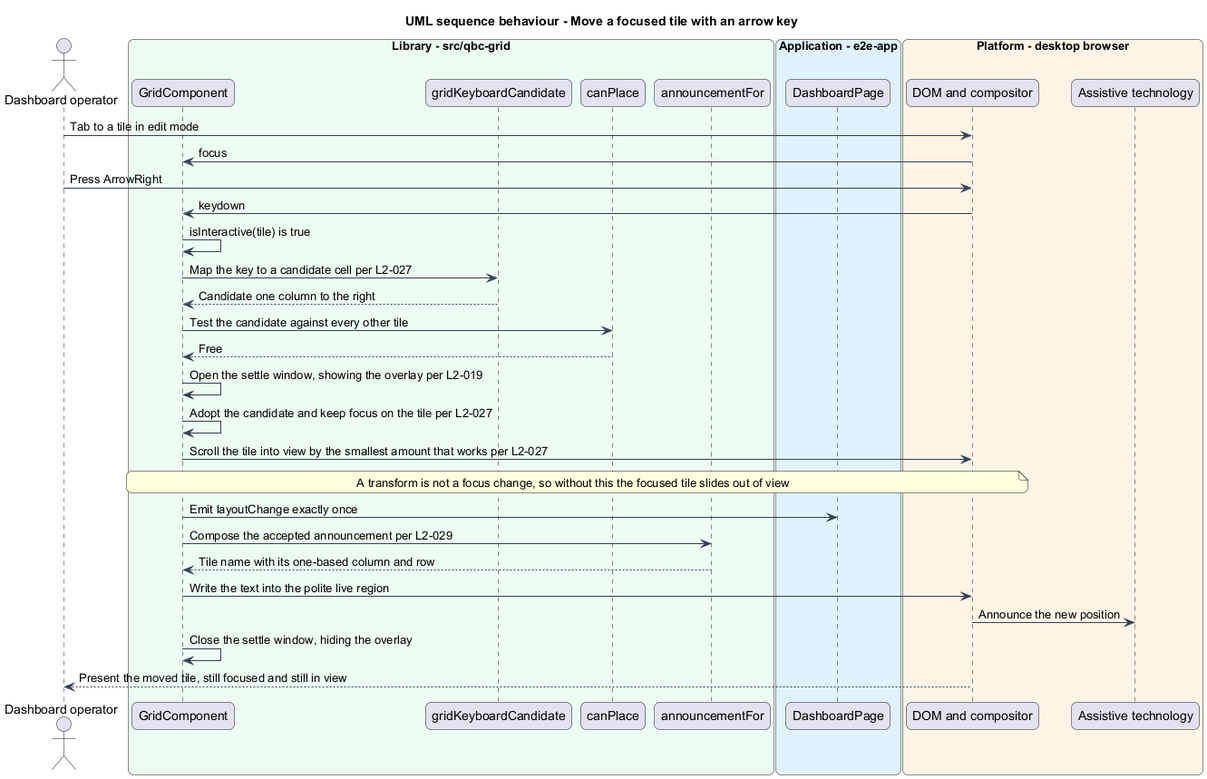
Above: docs/detailed-designs/tile-interaction/move-and-resize-by-keyboard/diagrams/sequence-keyboard-move.png in QuinntyneBrown/qbc-grid (PlantUML), before the change. Source of this version:
```plantuml
@startuml
title UML sequence behaviour - Move a focused tile with an arrow key
skinparam backgroundColor #FFFFFF
skinparam shadowing false
skinparam roundcorner 12
skinparam defaultFontName Arial
skinparam ArrowColor #344054
skinparam rectangle {
  BorderColor #344054
  FontColor #101828
}
skinparam package {
  BorderColor #667085
  FontColor #101828
  BackgroundColor #F9FAFB
}
actor "Dashboard operator" as actor
box "Library - src/qbc-grid" #ECFDF3
  participant "GridComponent" as grid
  participant "gridKeyboardCandidate" as keys
  participant "canPlace" as canplace
  participant "announcementFor" as announce
end box
box "Application - e2e-app" #E0F2FE
  participant "DashboardPage" as dashboard
end box
box "Platform - desktop browser" #FFF4E5
  participant "DOM and compositor" as dom
  participant "Assistive technology" as at
end box

actor -> dom : Tab to a tile in edit mode
dom -> grid : focus
actor -> dom : Press ArrowRight
dom -> grid : keydown
grid -> grid : isInteractive(tile) is true
grid -> keys : Map the key to a candidate cell per L2-027
keys --> grid : Candidate one column to the right
grid -> canplace : Test the candidate against every other tile
canplace --> grid : Free
grid -> grid : Open the settle window, showing the overlay per L2-019
grid -> grid : Adopt the candidate and keep focus on the tile per L2-027
grid -> dom : Scroll the tile into view by the smallest amount that works per L2-027
note over grid, dom : A transform is not a focus change, so without this the focused tile slides out of view
grid -> dashboard : Emit layoutChange exactly once
grid -> announce : Compose the accepted announcement per L2-029
announce --> grid : Tile name with its one-based column and row
grid -> dom : Write the text into the polite live region
dom -> at : Announce the new position
grid -> grid : Close the settle window, hiding the overlay
dom --> actor : Present the moved tile, still focused and still in view
@enduml
```
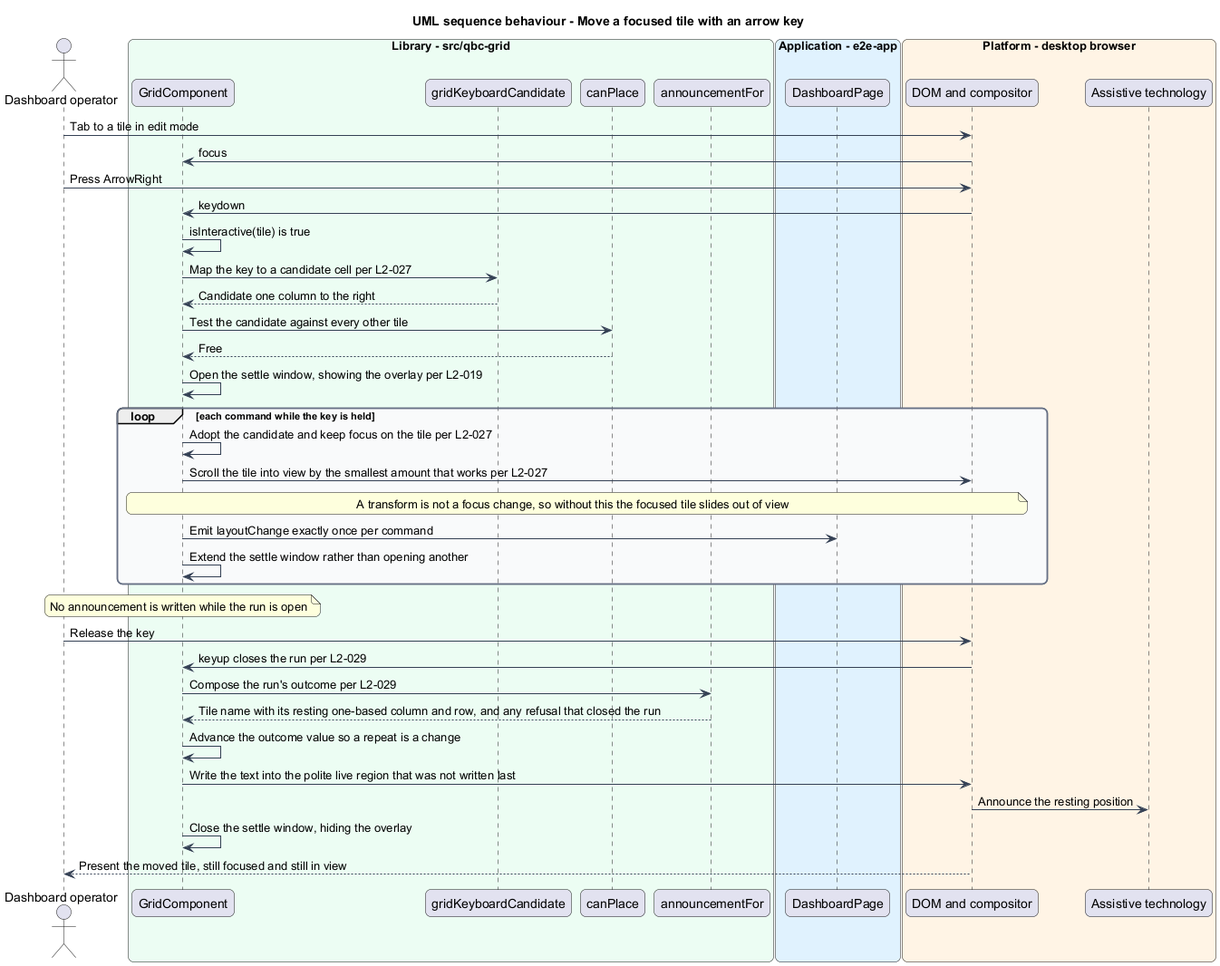
The same file after the commit.

The edit, as a diff of the source:
```diff
@@ -39,14 +39,21 @@
 grid -> canplace : Test the candidate against every other tile
 canplace --> grid : Free
 grid -> grid : Open the settle window, showing the overlay per L2-019
-grid -> grid : Adopt the candidate and keep focus on the tile per L2-027
-grid -> dom : Scroll the tile into view by the smallest amount that works per L2-027
-note over grid, dom : A transform is not a focus change, so without this the focused tile slides out of view
-grid -> dashboard : Emit layoutChange exactly once
-grid -> announce : Compose the accepted announcement per L2-029
-announce --> grid : Tile name with its one-based column and row
-grid -> dom : Write the text into the polite live region
-dom -> at : Announce the new position
+loop each command while the key is held
+  grid -> grid : Adopt the candidate and keep focus on the tile per L2-027
+  grid -> dom : Scroll the tile into view by the smallest amount that works per L2-027
+  note over grid, dom : A transform is not a focus change, so without this the focused tile slides out of view
+  grid -> dashboard : Emit layoutChange exactly once per command
+  grid -> grid : Extend the settle window rather than opening another
+end
+note over grid : No announcement is written while the run is open
+actor -> dom : Release the key
+dom -> grid : keyup closes the run per L2-029
+grid -> announce : Compose the run's outcome per L2-029
+announce --> grid : Tile name with its resting one-based column and row, and any refusal that closed the run
+grid -> grid : Advance the outcome value so a repeat is a change
+grid -> dom : Write the text into the polite live region that was not written last
+dom -> at : Announce the resting position
 grid -> grid : Close the settle window, hiding the overlay
 dom --> actor : Present the moved tile, still focused and still in view
 @enduml
```
